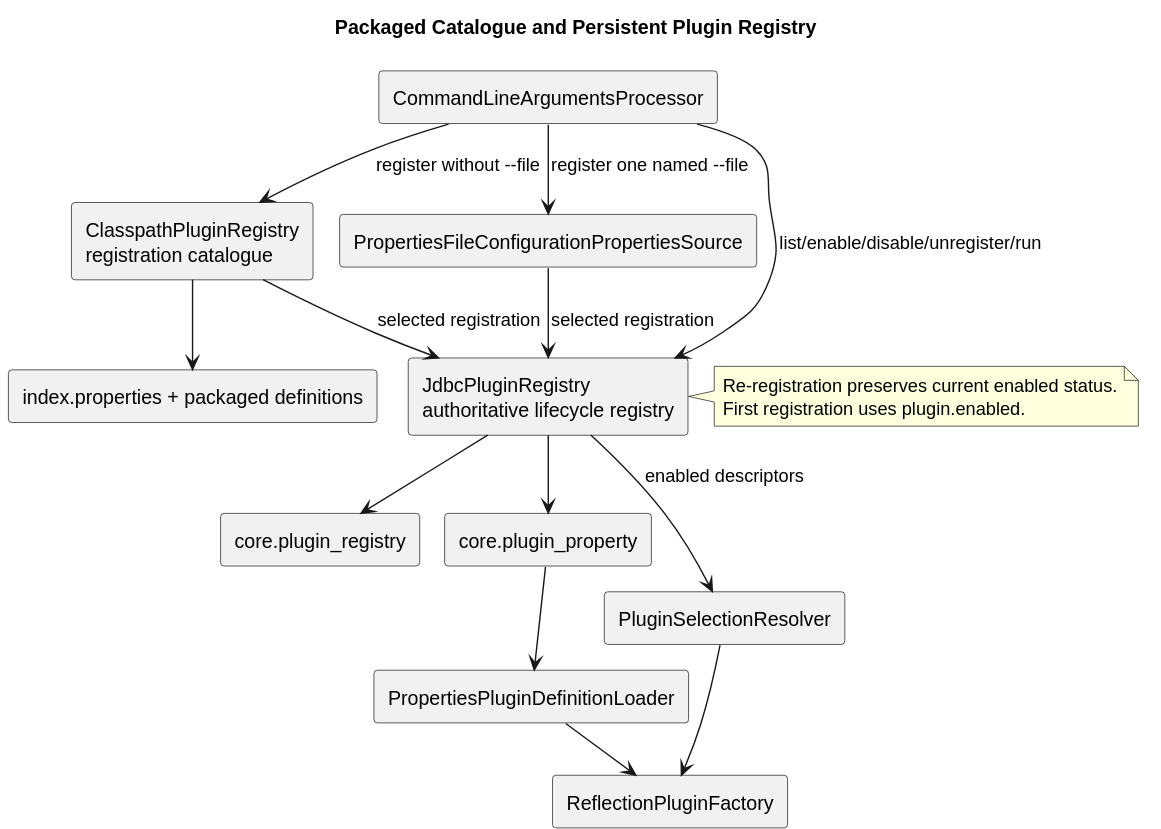
The PlantUML diagram docs/diagrams/generated/plugin-registry.svg in TerryCurranZellis/OpenData, before a commit. Its diagram source:
```plantuml
@startuml
!pragma layout smetana
title Packaged Catalogue and Persistent Plugin Registry
skinparam componentStyle rectangle
[CommandLineArgumentsProcessor] as CLI
[ClasspathPluginRegistry\nregistration catalogue] as Catalogue
[index.properties + packaged definitions] as Packaged
[PropertiesFileConfigurationPropertiesSource] as External
[JdbcPluginRegistry\nauthoritative lifecycle registry] as Registry
[core.plugin_registry] as RegistryTable
[core.plugin_property] as PropertyTable
[PluginSelectionResolver] as Selection
[PropertiesPluginDefinitionLoader] as Loader
[ReflectionPluginFactory] as Factory

CLI --> Catalogue : register without --file
Catalogue --> Packaged
CLI --> External : register one named --file
Catalogue --> Registry : selected registration
External --> Registry : selected registration
Registry --> RegistryTable
Registry --> PropertyTable
CLI --> Registry : list/enable/disable/unregister/run
Registry --> Selection : enabled descriptors
PropertyTable --> Loader
Selection --> Factory
Loader --> Factory
note right of Registry
Re-registration preserves current enabled status.
First registration uses plugin.enabled.
end note
@enduml
```
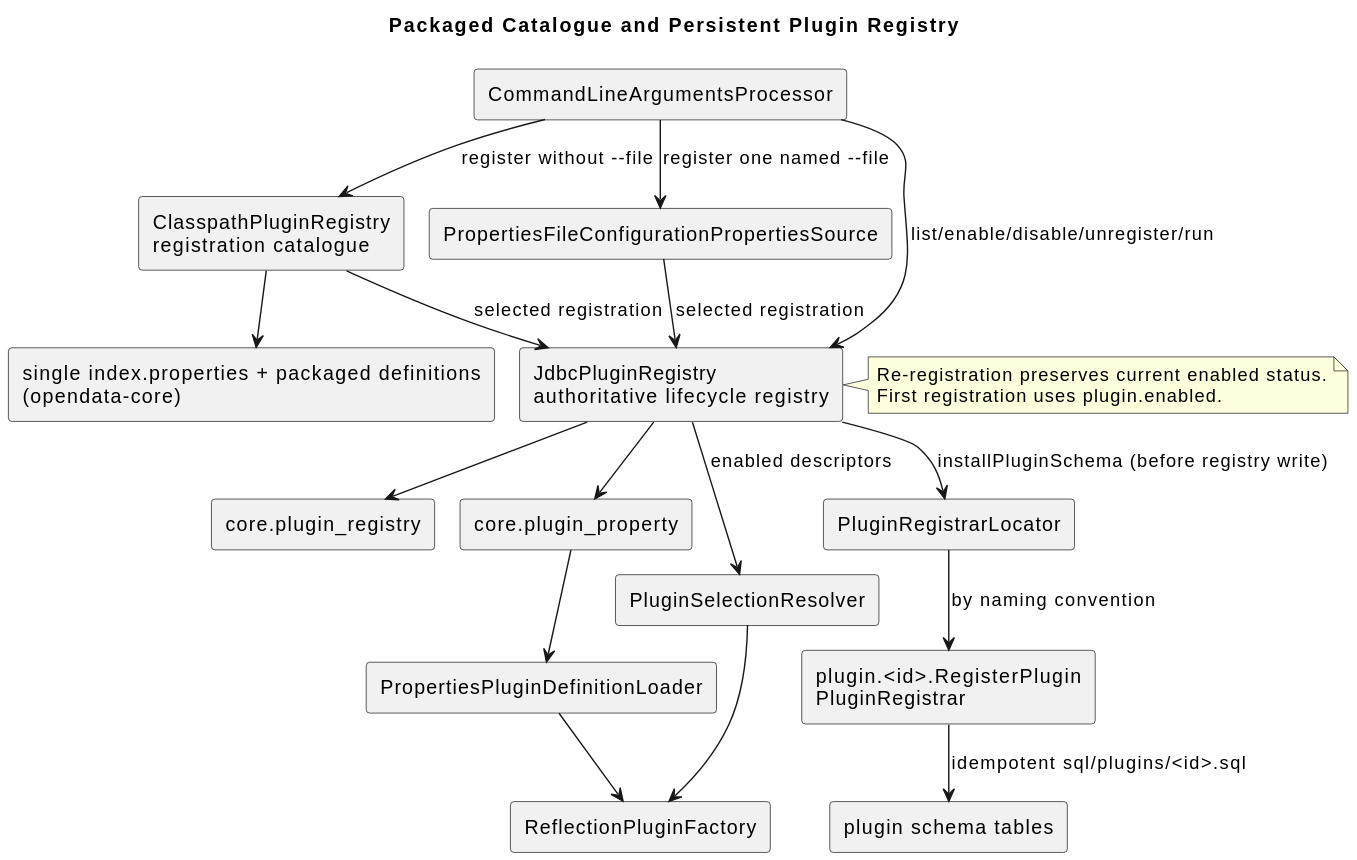
The same diagram one commit later.

Change to the diagram source:
```diff
@@ -4,7 +4,7 @@
 skinparam componentStyle rectangle
 [CommandLineArgumentsProcessor] as CLI
 [ClasspathPluginRegistry\nregistration catalogue] as Catalogue
-[index.properties + packaged definitions] as Packaged
+[single index.properties + packaged definitions\n(opendata-core)] as Packaged
 [PropertiesFileConfigurationPropertiesSource] as External
 [JdbcPluginRegistry\nauthoritative lifecycle registry] as Registry
 [core.plugin_registry] as RegistryTable
@@ -12,12 +12,18 @@
 [PluginSelectionResolver] as Selection
 [PropertiesPluginDefinitionLoader] as Loader
 [ReflectionPluginFactory] as Factory
+[PluginRegistrarLocator] as Locator
+[plugin.<id>.RegisterPlugin\nPluginRegistrar] as RegisterPlugin
+[plugin schema tables] as PluginTables
 
 CLI --> Catalogue : register without --file
 Catalogue --> Packaged
 CLI --> External : register one named --file
 Catalogue --> Registry : selected registration
 External --> Registry : selected registration
+Registry --> Locator : installPluginSchema (before registry write)
+Locator --> RegisterPlugin : by naming convention
+RegisterPlugin --> PluginTables : idempotent sql/plugins/<id>.sql
 Registry --> RegistryTable
 Registry --> PropertyTable
 CLI --> Registry : list/enable/disable/unregister/run
```
